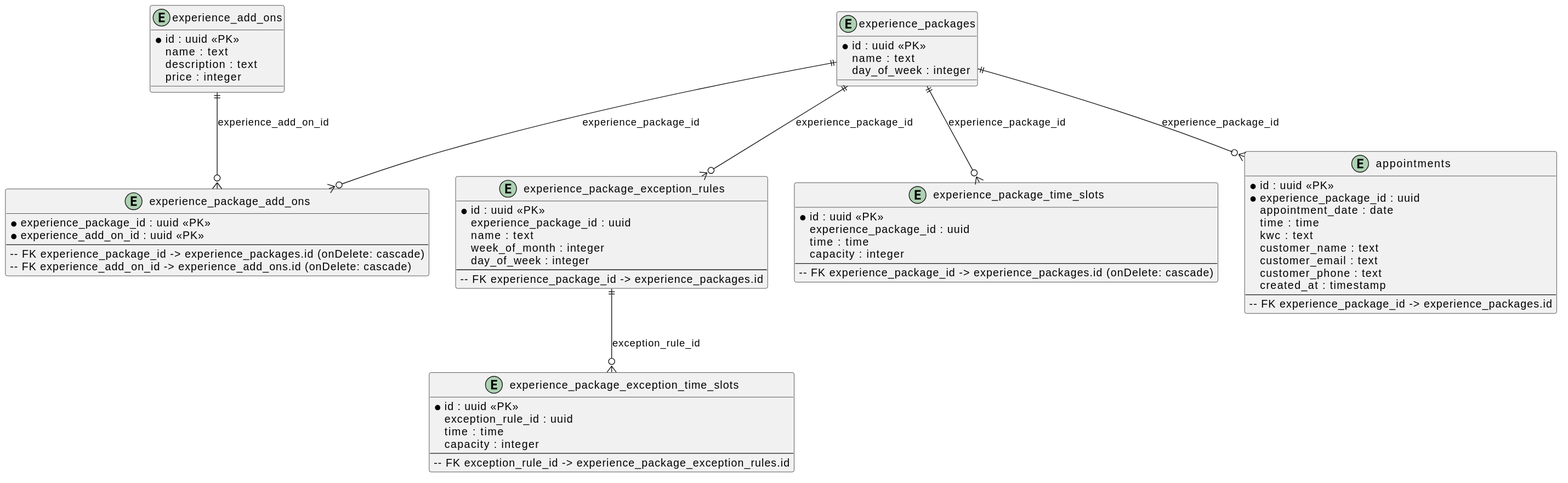
NielsPrins/SchemaGen keeps this PlantUML diagram as ERD_diagram.svg. Above is the earlier version.
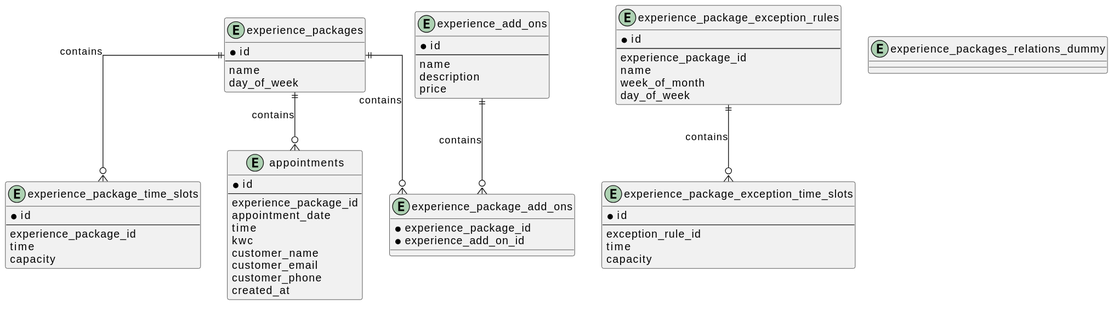
Later version of the same file.

Change to the diagram source:
```diff
@@ -1,72 +1,70 @@
 @startuml
-entity "appointments" as appointments {
-  *id : uuid <<PK>>
-  *experience_package_id : uuid
-  appointment_date : date
-  time : time
-  kwc : text
-  customer_name : text
-  customer_email : text
-  customer_phone : text
-  created_at : timestamp
+skinparam linetype ortho
+
+entity experience_packages {
+  * id
   --
-  -- FK experience_package_id -> experience_packages.id
+  name
+  day_of_week
 }
 
-entity "experience_packages" as experience_packages {
-  *id : uuid <<PK>>
-  name : text
-  day_of_week : integer
+entity experience_add_ons {
+  * id
+  --
+  name
+  description
+  price
 }
 
-entity "experience_add_ons" as experience_add_ons {
-  *id : uuid <<PK>>
-  name : text
-  description : text
-  price : integer
+entity experience_package_time_slots {
+  * id
+  --
+  experience_package_id
+  time
+  capacity
 }
 
-entity "experience_package_add_ons" as experience_package_add_ons {
-  *experience_package_id : uuid <<PK>>
-  *experience_add_on_id : uuid <<PK>>
+entity experience_package_exception_rules {
+  * id
   --
-  -- FK experience_package_id -> experience_packages.id (onDelete: cascade)
-  -- FK experience_add_on_id -> experience_add_ons.id (onDelete: cascade)
+  experience_package_id
+  name
+  week_of_month
+  day_of_week
 }
 
-entity "experience_package_exception_rules" as experience_package_exception_rules {
-  *id : uuid <<PK>>
-  experience_package_id : uuid
-  name : text
-  week_of_month : integer
-  day_of_week : integer
+entity experience_package_exception_time_slots {
+  * id
   --
-  -- FK experience_package_id -> experience_packages.id
+  exception_rule_id
+  time
+  capacity
 }
 
-entity "experience_package_exception_time_slots" as experience_package_exception_time_slots {
-  *id : uuid <<PK>>
-  exception_rule_id : uuid
-  time : time
-  capacity : integer
-  --
-  -- FK exception_rule_id -> experience_package_exception_rules.id
+entity experience_package_add_ons {
+  * experience_package_id
+  * experience_add_on_id
 }
 
-entity "experience_package_time_slots" as experience_package_time_slots {
-  *id : uuid <<PK>>
-  experience_package_id : uuid
-  time : time
-  capacity : integer
-  --
-  -- FK experience_package_id -> experience_packages.id (onDelete: cascade)
+entity experience_packages_relations_dummy {
 }
 
-experience_packages ||--o{ appointments : experience_package_id
-experience_packages ||--o{ experience_package_time_slots : experience_package_id
-experience_packages ||--o{ experience_package_exception_rules : experience_package_id
-experience_package_exception_rules ||--o{ experience_package_exception_time_slots : exception_rule_id
+entity appointments {
+  * id
+  --
+  experience_package_id
+  appointment_date
+  time
+  kwc
+  customer_name
+  customer_email
+  customer_phone
+  created_at
+}
 
-experience_add_ons ||--o{ experience_package_add_ons : experience_add_on_id
-experience_packages ||--o{ experience_package_add_ons : experience_package_id
+experience_packages ||--o{ experience_package_time_slots : contains
+experience_package_exception_rules ||--o{ experience_package_exception_time_slots : contains
+experience_packages ||--o{ experience_package_add_ons : contains
+experience_add_ons ||--o{ experience_package_add_ons : contains
+experience_packages ||--o{ appointments : contains
 @enduml
```
